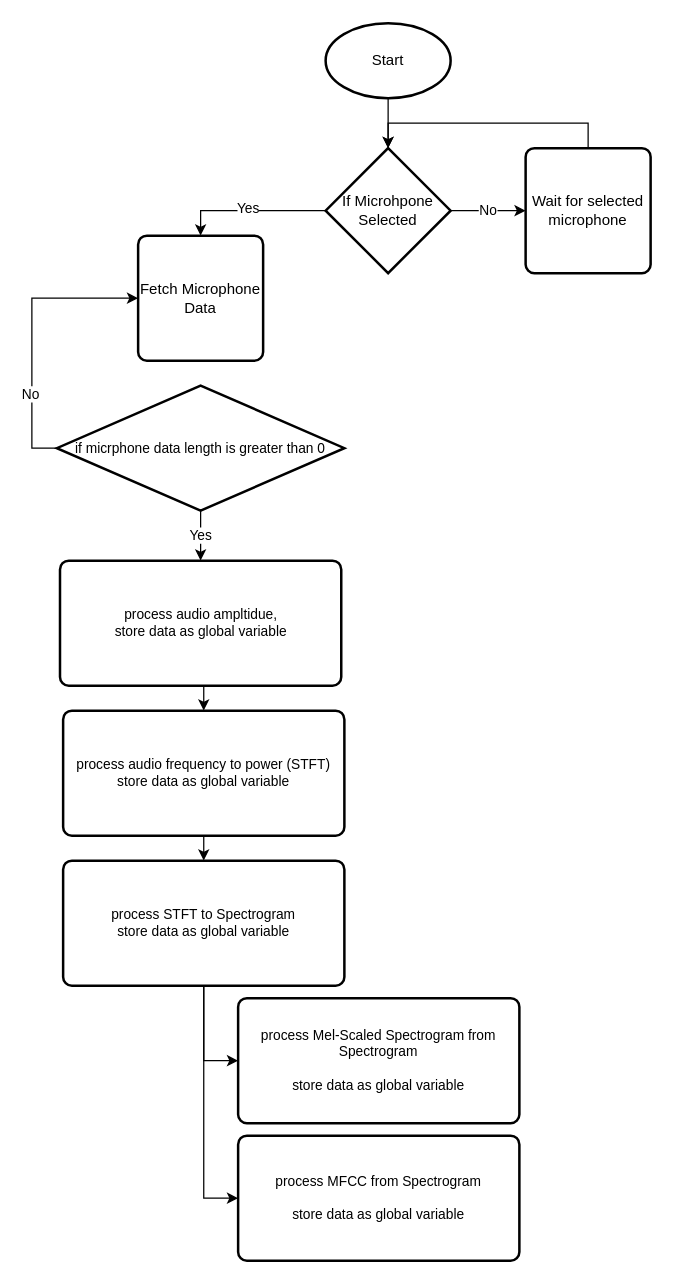
Auzlex/uwe-dsp keeps this draw.io diagram as documents/designs/microphone data extraction flowchart.drawio. Above is the earlier version. Source tidied: cells renumbered, new cells numbered last; positions are measured from the earlier drawing's top-left corner, leaving out a move shared by most shapes. Both pictures are drawn from the tidied source at 125%, with x=0, y=0 at pixel (56, 22).
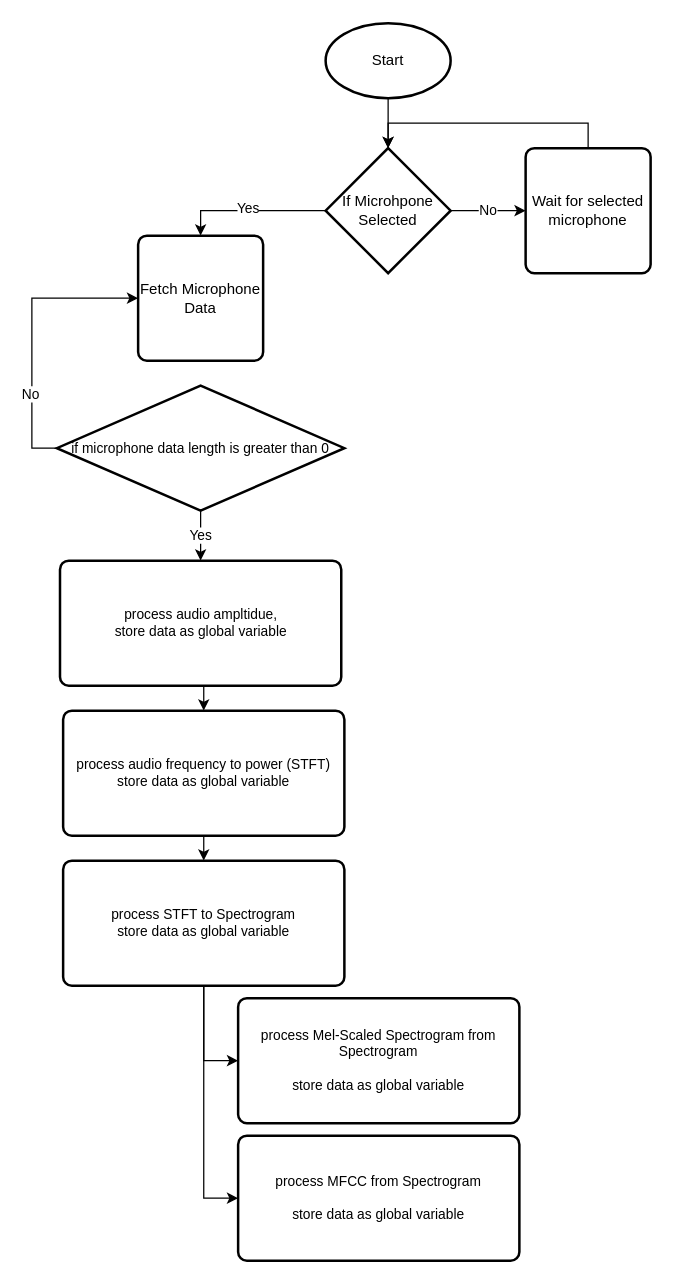
The same diagram, later.

Commit message (it also covers changes not shown here):
fixed spelling mistake in one diagram

What changed in the source:
```diff
@@
-    <mxCell id="14" value="if micrphone data length is greater than 0" style="strokeWidth=2;html=1;shape=mxgraph.flowchart.decision;whiteSpace=wrap;fontSize=11;" parent="1" vertex="1">
+    <mxCell id="14" value="if microphone data length is greater than 0" style="strokeWidth=2;html=1;shape=mxgraph.flowchart.decision;whiteSpace=wrap;fontSize=11;" parent="1" vertex="1">
       <mxGeometry y="290" width="230" height="100" as="geometry" />
     </mxCell>
```
